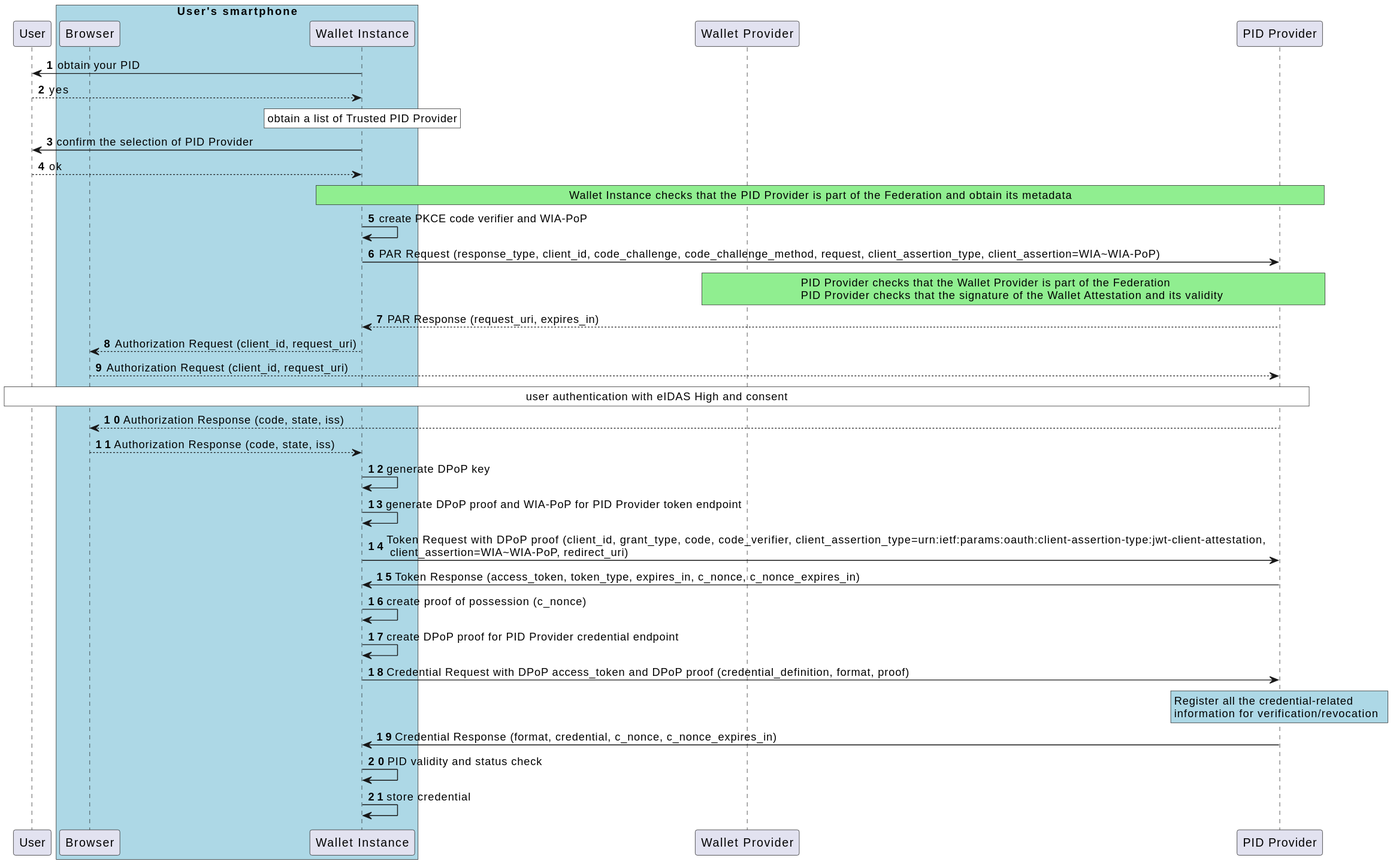
italia/eudi-wallet-it-docs keeps this PlantUML diagram as images/Low-Level-Flow-ITWallet-PID-QEAA-Issuance.svg. Above is the earlier version.
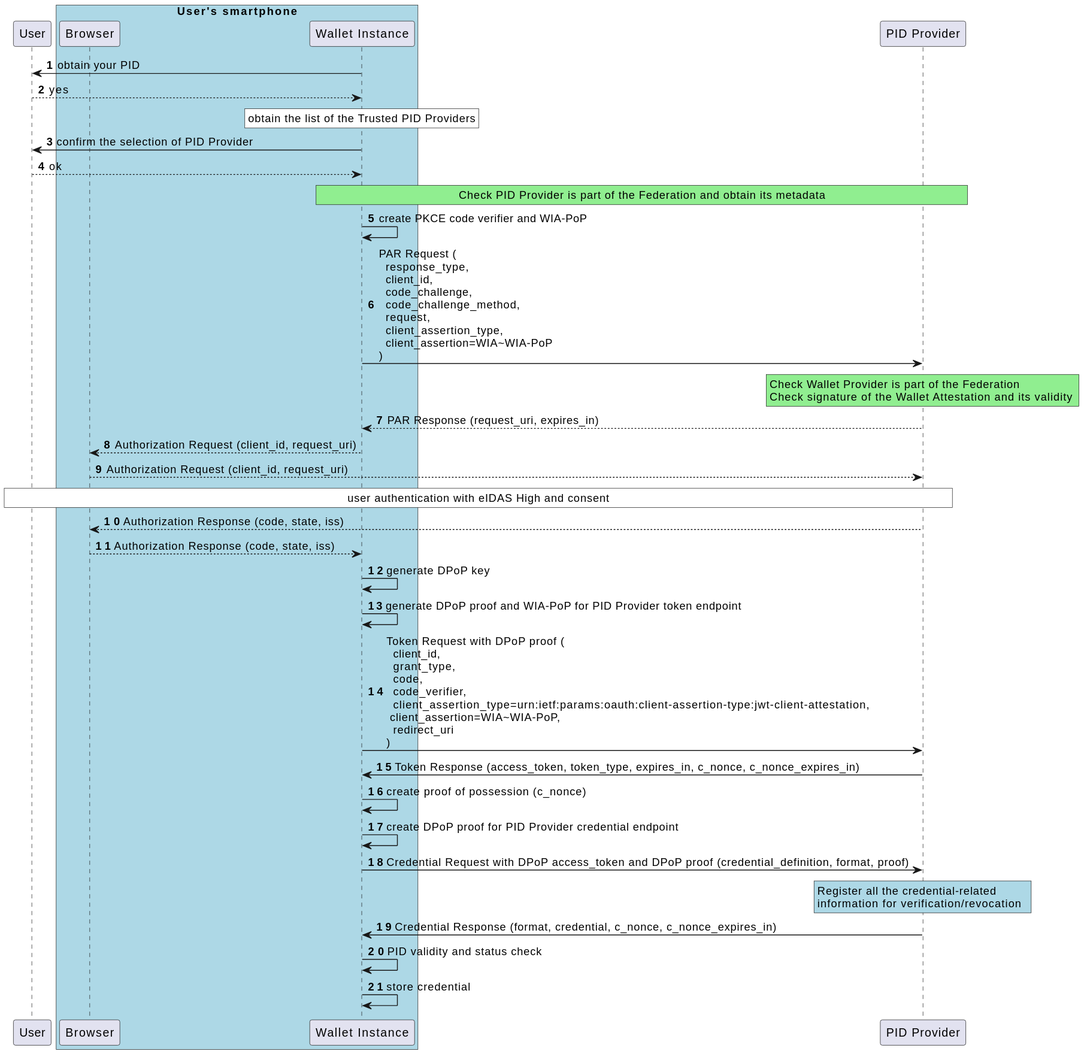
The same diagram one commit later.

Commit message:
fix: Issuance detailed flow

What changed in the source:
```diff
@@ -8,8 +8,6 @@
 participant "Wallet Instance" as w
 end box
 
-participant "Wallet Provider" as b
-
 participant "PID Provider" as i
 
 
@@ -18,7 +16,7 @@
 u --> w: yes
 
 rnote over w #WHITE
-obtain a list of Trusted PID Provider
+obtain the list of the Trusted PID Providers
 endrnote
 
 w->u: confirm the selection of PID Provider
@@ -26,15 +24,15 @@
 u-->w: ok
 
 rnote over w,i #LIGHTGREEN
-Wallet Instance checks that the PID Provider is part of the Federation and obtain its metadata
+Check PID Provider is part of the Federation and obtain its metadata
 endrnote
 
 w -> w : create PKCE code verifier and WIA-PoP
 
-w -> i : PAR Request (response_type, client_id, code_challenge, code_challenge_method, request, client_assertion_type, client_assertion=WIA~WIA-PoP)
-rnote over i,b #LIGHTGREEN
-PID Provider checks that the Wallet Provider is part of the Federation
-PID Provider checks that the signature of the Wallet Attestation and its validity
+w -> i : PAR Request (\n  response_type,\n  client_id,\n  code_challenge,\n  code_challenge_method,\n  request,\n  client_assertion_type,\n  client_assertion=WIA~WIA-PoP\n)
+rnote over i #LIGHTGREEN
+Check Wallet Provider is part of the Federation
+Check signature of the Wallet Attestation and its validity
 endrnote
 
 
@@ -58,7 +56,7 @@
 w -> w : generate DPoP proof and WIA-PoP for PID Provider token endpoint
 
 
-w -> i : Token Request with DPoP proof (client_id, grant_type, code, code_verifier, client_assertion_type=urn:ietf:params:oauth:client-assertion-type:jwt-client-attestation,\n client_assertion=WIA~WIA-PoP, redirect_uri)
+w -> i : Token Request with DPoP proof (\n  client_id,\n  grant_type,\n  code,\n  code_verifier,\n  client_assertion_type=urn:ietf:params:oauth:client-assertion-type:jwt-client-attestation,\n client_assertion=WIA~WIA-PoP,\n  redirect_uri\n)
 
 i -> w : Token Response (access_token, token_type, expires_in, c_nonce, c_nonce_expires_in)
 
```
